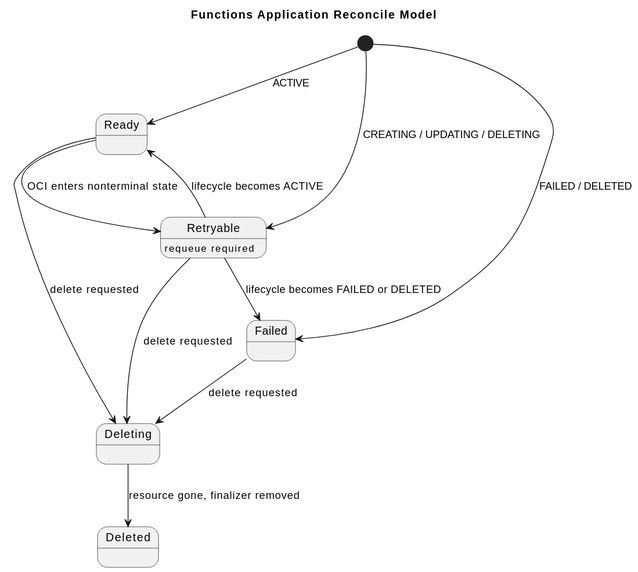
The PlantUML diagram formal/controllers/functions-application/diagrams/state-machine.svg in donoftime/oci-service-operator, before a commit.
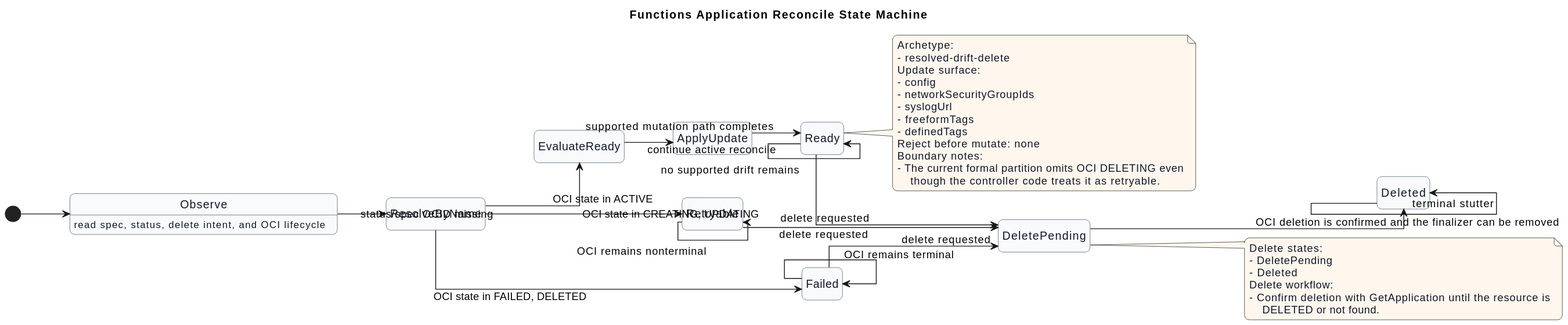
The same file after the commit.

Diff of the diagram source:
```diff
@@ -1,17 +1,60 @@
 @startuml
-title Functions Application Reconcile Model
+title Functions Application Reconcile State Machine
+left to right direction
+hide empty description
+skinparam shadowing false
+skinparam linetype ortho
+skinparam roundcorner 12
+skinparam BackgroundColor #FFFFFF
+skinparam defaultTextAlignment left
+skinparam state {
+  BorderColor #475569
+  FontColor #0F172A
+  BackgroundColor #F8FAFC
+}
+skinparam note {
+  BorderColor #B45309
+  BackgroundColor #FFF7ED
+  FontColor #0F172A
+}
+[*] --> Observe
+Observe : read spec, status, delete intent, and OCI lifecycle
+Observe --> ResolveByName : status/spec OCID missing
+ResolveByName --> EvaluateReady : OCI state in ACTIVE
+ResolveByName --> Retryable : OCI state in CREATING, UPDATING
+ResolveByName --> Failed : OCI state in FAILED, DELETED
+EvaluateReady --> ApplyUpdate : continue active reconcile
+ApplyUpdate --> Ready : supported mutation path completes
+Ready --> Ready : no supported drift remains
+Retryable --> Retryable : OCI remains nonterminal
+Failed --> Failed : OCI remains terminal
+Ready --> DeletePending : delete requested
+Retryable --> DeletePending : delete requested
+Failed --> DeletePending : delete requested
+DeletePending --> Deleted : OCI deletion is confirmed and the finalizer can be removed
+Deleted --> Deleted : terminal stutter
 
-[*] --> Ready : ACTIVE
-[*] --> Retryable : CREATING / UPDATING / DELETING
-[*] --> Failed : FAILED / DELETED
+note right of Ready
+Archetype:
+- resolved-drift-delete
+Update surface:
+- config
+- networkSecurityGroupIds
+- syslogUrl
+- freeformTags
+- definedTags
+Reject before mutate: none
+Boundary notes:
+- The current formal partition omits OCI DELETING even
+    though the controller code treats it as retryable.
+end note
 
-Retryable : requeue required
-
-Ready --> Retryable : OCI enters nonterminal state
-Retryable --> Ready : lifecycle becomes ACTIVE
-Retryable --> Failed : lifecycle becomes FAILED or DELETED
-Ready --> Deleting : delete requested
-Retryable --> Deleting : delete requested
-Failed --> Deleting : delete requested
-Deleting --> Deleted : resource gone, finalizer removed
+note right of DeletePending
+Delete states:
+- DeletePending
+- Deleted
+Delete workflow:
+- Confirm deletion with GetApplication until the resource is
+    DELETED or not found.
+end note
 @enduml
```
